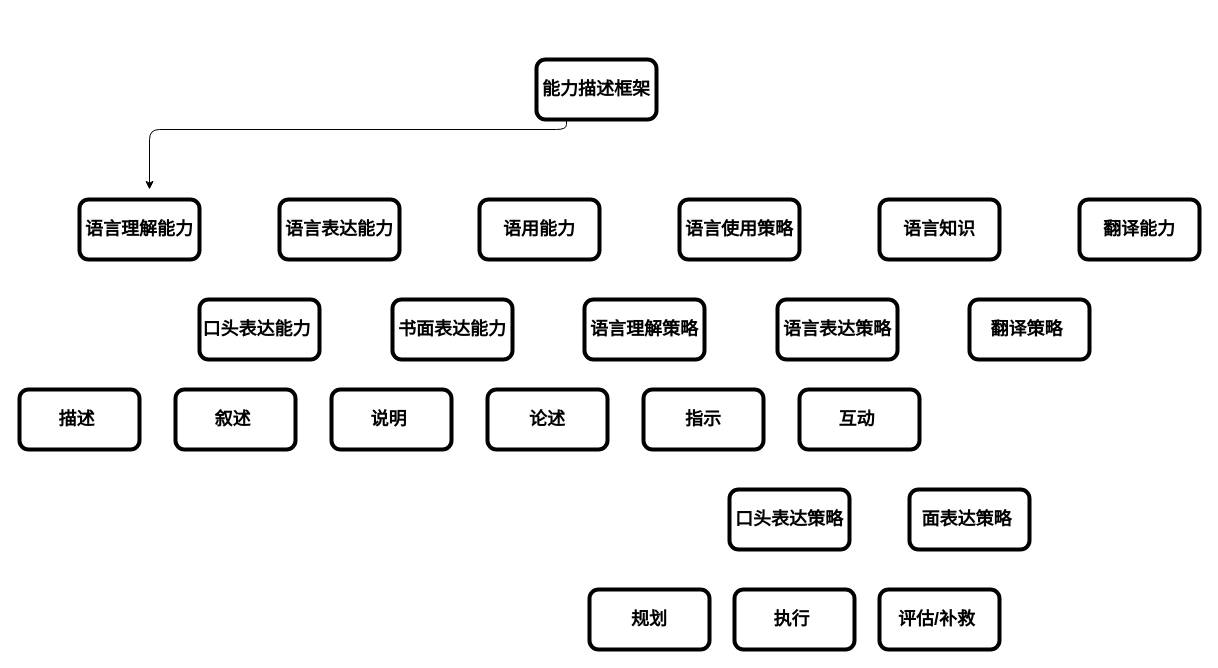
The draw.io diagram page "Page-1" (1 of 2) of Untitled Diagram.drawio in chenguo222/python-random-quote, before the edit. Source tidied: cells renumbered, new cells numbered last; positions are measured from the earlier drawing's top-left corner, leaving out a move shared by most shapes. Both pictures are drawn from the tidied source at 100%, with x=0, y=0 at pixel (19, 59).
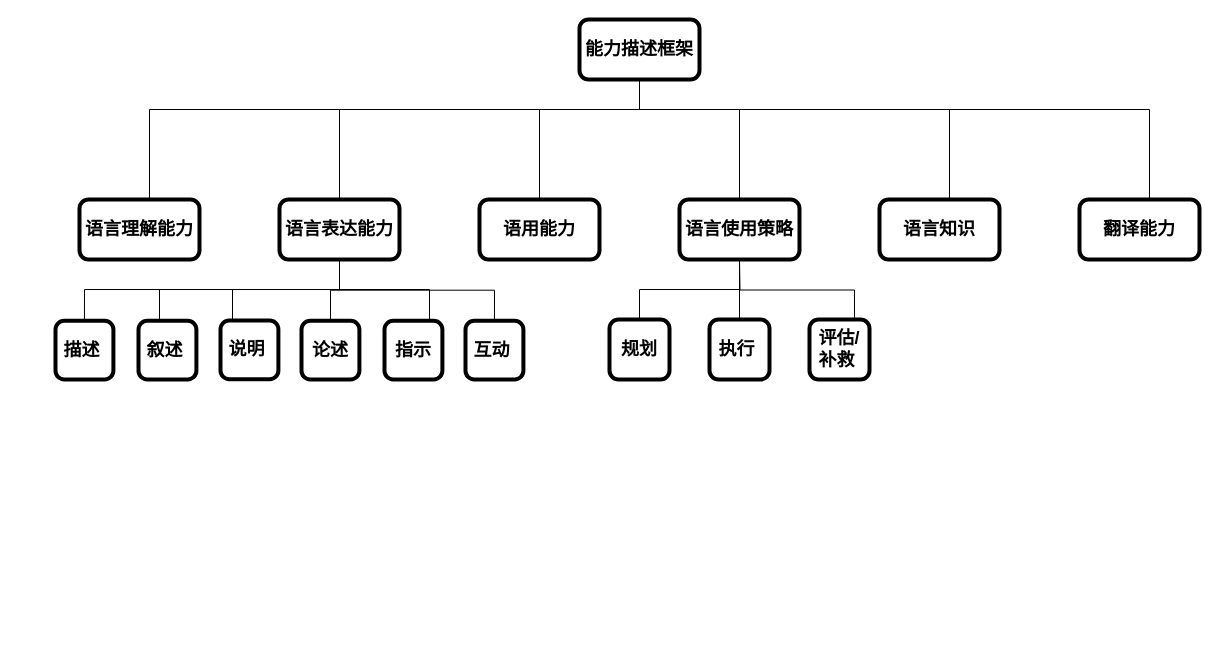
The same diagram, later.

Commit message:
语言能力框架

The change refers to these unchanged cells:
```xml
<mxCell id="4" value="&lt;font style=&quot;font-size: 18px;&quot;&gt;&lt;span style=&quot;font-size: 18px;&quot;&gt;语言表达能力&lt;/span&gt;&lt;/font&gt;" style="whiteSpace=wrap;html=1;fontSize=18;rounded=1;fontStyle=1;align=center;verticalAlign=middle;fontFamily=Helvetica;strokeWidth=4;" parent="1" vertex="1">
  <mxGeometry x="260" y="140" width="120" height="60" as="geometry" />
</mxCell>
<mxCell id="8" value="&lt;h2 style=&quot;font-size: 18px;&quot;&gt;&lt;span style=&quot;font-size: 18px;&quot;&gt;语言使用策略&lt;/span&gt;&lt;/h2&gt;" style="whiteSpace=wrap;html=1;fontSize=18;rounded=1;fontStyle=1;align=center;verticalAlign=middle;fontFamily=Helvetica;strokeWidth=4;" parent="1" vertex="1">
  <mxGeometry x="660" y="140" width="120" height="60" as="geometry" />
</mxCell>
```

Change to the diagram source:
```diff
@@
+    <mxCell id="26" style="edgeStyle=orthogonalEdgeStyle;rounded=0;jettySize=auto;html=1;fontStyle=1;fontSize=18;labelPosition=center;verticalLabelPosition=top;align=center;verticalAlign=middle;endArrow=none;endFill=0;" parent="1" edge="1" source="2">
+      <mxGeometry relative="1" as="geometry">
+        <mxPoint x="130" y="140" as="targetPoint" />
+        <Array as="points">
+          <mxPoint x="620" y="50" />
+          <mxPoint x="130" y="50" />
+        </Array>
+      </mxGeometry>
+    </mxCell>
+    <mxCell id="27" style="edgeStyle=orthogonalEdgeStyle;rounded=0;jettySize=auto;html=1;fontStyle=1;fontSize=18;labelPosition=center;verticalLabelPosition=top;align=center;verticalAlign=middle;endArrow=none;endFill=0;" parent="1" edge="1" source="2">
+      <mxGeometry relative="1" as="geometry">
+        <mxPoint x="520" y="140" as="targetPoint" />
+        <Array as="points">
+          <mxPoint x="620" y="50" />
+          <mxPoint x="520" y="50" />
+        </Array>
+      </mxGeometry>
+    </mxCell>
+    <mxCell id="28" style="edgeStyle=orthogonalEdgeStyle;rounded=0;jettySize=auto;html=1;fontStyle=1;fontSize=18;labelPosition=center;verticalLabelPosition=top;align=center;verticalAlign=middle;endArrow=none;endFill=0;" parent="1" edge="1" source="2">
+      <mxGeometry relative="1" as="geometry">
+        <mxPoint x="720" y="140" as="targetPoint" />
+        <Array as="points">
+          <mxPoint x="620" y="50" />
+          <mxPoint x="720" y="50" />
+        </Array>
+      </mxGeometry>
+    </mxCell>
+    <mxCell id="29" style="edgeStyle=orthogonalEdgeStyle;rounded=0;jettySize=auto;html=1;fontStyle=1;fontSize=18;labelPosition=center;verticalLabelPosition=top;align=center;verticalAlign=middle;endArrow=none;endFill=0;" parent="1" edge="1" source="2">
+      <mxGeometry relative="1" as="geometry">
+        <mxPoint x="320" y="140" as="targetPoint" />
+        <Array as="points">
+          <mxPoint x="620" y="50" />
+          <mxPoint x="320" y="50" />
+        </Array>
+      </mxGeometry>
+    </mxCell>
+    <mxCell id="30" style="edgeStyle=orthogonalEdgeStyle;rounded=0;jettySize=auto;html=1;fontStyle=1;fontSize=18;labelPosition=center;verticalLabelPosition=top;align=center;verticalAlign=middle;endArrow=none;endFill=0;" parent="1" edge="1" source="2">
+      <mxGeometry relative="1" as="geometry">
+        <mxPoint x="930" y="140" as="targetPoint" />
+        <Array as="points">
+          <mxPoint x="620" y="50" />
+          <mxPoint x="930" y="50" />
+        </Array>
+      </mxGeometry>
+    </mxCell>
+    <mxCell id="31" style="edgeStyle=orthogonalEdgeStyle;rounded=0;jettySize=auto;html=1;fontStyle=1;fontSize=18;labelPosition=center;verticalLabelPosition=top;align=center;verticalAlign=middle;endArrow=none;endFill=0;" parent="1" edge="1" source="2">
+      <mxGeometry relative="1" as="geometry">
+        <mxPoint x="1130" y="140" as="targetPoint" />
+        <Array as="points">
+          <mxPoint x="620" y="50" />
+          <mxPoint x="1130" y="50" />
+        </Array>
+      </mxGeometry>
+    </mxCell>
     <mxCell id="2" value="&lt;h1 style=&quot;font-size: 18px;&quot;&gt;&lt;font style=&quot;font-size: 18px;&quot;&gt;&lt;span style=&quot;font-size: 18px;&quot;&gt;能力描述框架&lt;/span&gt;&lt;/font&gt;&lt;/h1&gt;" style="whiteSpace=wrap;html=1;rounded=1;fontSize=18;fontStyle=1;align=center;verticalAlign=middle;fontFamily=Helvetica;strokeWidth=4;" parent="1" vertex="1">
-      <mxGeometry x="517" width="120" height="60" as="geometry" />
+      <mxGeometry x="560" y="-40" width="120" height="60" as="geometry" />
     </mxCell>
@@
+    <mxCell id="32" style="edgeStyle=orthogonalEdgeStyle;rounded=0;jettySize=auto;html=1;fontSize=18;endArrow=none;endFill=0;align=center;verticalAlign=middle;" parent="1" edge="1" source="4" target="15">
+      <mxGeometry relative="1" as="geometry" />
+    </mxCell>
@@
-    <mxCell id="9" value="语言理解策略" style="whiteSpace=wrap;html=1;rounded=1;fontSize=18;fontStyle=1;align=center;verticalAlign=middle;fontFamily=Helvetica;strokeWidth=4;" parent="1" vertex="1">
-      <mxGeometry x="565" y="240" width="120" height="60" as="geometry" />
-    </mxCell>
-    <mxCell id="10" value="书面表达能力" style="whiteSpace=wrap;html=1;rounded=1;fontSize=18;fontStyle=1;align=center;verticalAlign=middle;fontFamily=Helvetica;strokeWidth=4;" parent="1" vertex="1">
-      <mxGeometry x="373" y="240" width="120" height="60" as="geometry" />
-    </mxCell>
-    <mxCell id="11" value="口头表达能力&amp;nbsp;" style="whiteSpace=wrap;html=1;rounded=1;fontSize=18;fontStyle=1;align=center;verticalAlign=middle;fontFamily=Helvetica;strokeWidth=4;" parent="1" vertex="1">
-      <mxGeometry x="180" y="240" width="120" height="60" as="geometry" />
-    </mxCell>
+    <mxCell id="33" style="edgeStyle=orthogonalEdgeStyle;rounded=0;jettySize=auto;html=1;fontSize=18;endArrow=none;endFill=0;align=center;verticalAlign=middle;entryX=0.55;entryY=0.486;entryDx=0;entryDy=0;entryPerimeter=0;exitX=0.5;exitY=0;exitDx=0;exitDy=0;" parent="1" edge="1" source="14">
+      <mxGeometry relative="1" as="geometry">
+        <mxPoint x="320" y="200" as="targetPoint" />
+        <Array as="points">
+          <mxPoint x="213" y="230" />
+          <mxPoint x="320" y="230" />
+        </Array>
+      </mxGeometry>
+    </mxCell>
+    <mxCell id="34" style="edgeStyle=orthogonalEdgeStyle;rounded=0;jettySize=auto;html=1;fontSize=18;endArrow=none;endFill=0;align=right;verticalAlign=top;exitX=0.75;exitY=0;exitDx=0;exitDy=0;" parent="1" edge="1" source="22">
+      <mxGeometry relative="1" as="geometry">
+        <mxPoint x="720" y="200" as="targetPoint" />
+      </mxGeometry>
+    </mxCell>
+    <mxCell id="22" value="评估/补救&amp;nbsp;" style="whiteSpace=wrap;html=1;rounded=1;fontSize=18;fontStyle=1;align=center;verticalAlign=middle;fontFamily=Helvetica;strokeWidth=4;" parent="1" vertex="1">
+      <mxGeometry x="790" y="260" width="60" height="60" as="geometry" />
+    </mxCell>
+    <mxCell id="35" style="edgeStyle=orthogonalEdgeStyle;rounded=0;jettySize=auto;html=1;fontSize=18;endArrow=none;endFill=0;align=right;verticalAlign=top;" parent="1" edge="1" source="23" target="8">
+      <mxGeometry relative="1" as="geometry" />
+    </mxCell>
+    <mxCell id="36" style="edgeStyle=orthogonalEdgeStyle;rounded=0;jettySize=auto;html=1;fontSize=18;endArrow=none;endFill=0;align=right;verticalAlign=top;" parent="1" edge="1" source="23">
+      <mxGeometry relative="1" as="geometry">
+        <mxPoint x="720" y="200" as="targetPoint" />
+      </mxGeometry>
+    </mxCell>
+    <mxCell id="23" value="执行&amp;nbsp;" style="whiteSpace=wrap;html=1;rounded=1;fontSize=18;fontStyle=1;align=center;verticalAlign=middle;fontFamily=Helvetica;strokeWidth=4;" parent="1" vertex="1">
+      <mxGeometry x="690" y="260" width="60" height="60" as="geometry" />
+    </mxCell>
+    <mxCell id="37" style="edgeStyle=orthogonalEdgeStyle;rounded=0;jettySize=auto;html=1;fontSize=18;endArrow=none;endFill=0;align=right;verticalAlign=top;exitX=0.5;exitY=0;exitDx=0;exitDy=0;" parent="1" edge="1" source="24">
+      <mxGeometry relative="1" as="geometry">
+        <mxPoint x="720" y="210" as="targetPoint" />
+        <Array as="points">
+          <mxPoint x="620" y="230" />
+          <mxPoint x="720" y="230" />
+        </Array>
+      </mxGeometry>
+    </mxCell>
+    <mxCell id="24" value="规划" style="whiteSpace=wrap;html=1;rounded=1;fontSize=18;fontStyle=1;align=center;verticalAlign=middle;fontFamily=Helvetica;strokeWidth=4;" parent="1" vertex="1">
+      <mxGeometry x="590" y="260" width="60" height="60" as="geometry" />
+    </mxCell>
+    <mxCell id="38" style="group;horizontal=0;verticalAlign=bottom;" parent="1" vertex="1">
+      <mxGeometry x="88" y="232" width="448" height="88" as="geometry" />
+    </mxCell>
-    <mxCell id="12" value="叙述&amp;nbsp;" style="whiteSpace=wrap;html=1;rounded=1;fontSize=18;fontStyle=1;align=center;verticalAlign=middle;fontFamily=Helvetica;strokeWidth=4;" parent="1" vertex="1">
-      <mxGeometry x="156" y="330" width="120" height="60" as="geometry" />
+    <mxCell id="12" value="叙述&amp;nbsp;" style="whiteSpace=wrap;html=1;rounded=1;fontSize=18;fontStyle=1;align=center;verticalAlign=middle;fontFamily=Helvetica;strokeWidth=4;" parent="38" vertex="1">
+      <mxGeometry x="31" y="29.3" width="57.9" height="58.7" as="geometry" />
     </mxCell>
-    <mxCell id="13" value="描述&amp;nbsp;" style="whiteSpace=wrap;html=1;rounded=1;fontSize=18;fontStyle=1;align=center;verticalAlign=middle;fontFamily=Helvetica;strokeWidth=4;" parent="1" vertex="1">
-      <mxGeometry y="330" width="120" height="60" as="geometry" />
+    <mxCell id="13" value="描述&amp;nbsp;" style="whiteSpace=wrap;html=1;rounded=1;fontSize=18;fontStyle=1;align=center;verticalAlign=middle;fontFamily=Helvetica;strokeWidth=4;" parent="38" vertex="1">
+      <mxGeometry x="-52" y="29.3" width="57.9" height="58.7" as="geometry" />
     </mxCell>
-    <mxCell id="14" value="说明&amp;nbsp;" style="whiteSpace=wrap;html=1;rounded=1;fontSize=18;fontStyle=1;align=center;verticalAlign=middle;fontFamily=Helvetica;strokeWidth=4;" parent="1" vertex="1">
-      <mxGeometry x="312" y="330" width="120" height="60" as="geometry" />
-    </mxCell>
-    <mxCell id="15" value="论述" style="whiteSpace=wrap;html=1;rounded=1;fontSize=18;fontStyle=1;align=center;verticalAlign=middle;fontFamily=Helvetica;strokeWidth=4;" parent="1" vertex="1">
-      <mxGeometry x="468" y="330" width="120" height="60" as="geometry" />
-    </mxCell>
-    <mxCell id="16" value="互动&amp;nbsp;" style="whiteSpace=wrap;html=1;rounded=1;fontSize=18;fontStyle=1;align=center;verticalAlign=middle;fontFamily=Helvetica;strokeWidth=4;" parent="1" vertex="1">
-      <mxGeometry x="780" y="330" width="120" height="60" as="geometry" />
+    <mxCell id="16" value="互动&amp;nbsp;" style="whiteSpace=wrap;html=1;rounded=1;fontSize=18;fontStyle=1;align=center;verticalAlign=middle;fontFamily=Helvetica;strokeWidth=4;" parent="38" vertex="1">
+      <mxGeometry x="358" y="29.3" width="57.9" height="58.7" as="geometry" />
     </mxCell>
-    <mxCell id="17" value="指示" style="whiteSpace=wrap;html=1;rounded=1;fontSize=18;fontStyle=1;align=center;verticalAlign=middle;fontFamily=Helvetica;strokeWidth=4;" parent="1" vertex="1">
-      <mxGeometry x="624" y="330" width="120" height="60" as="geometry" />
+    <mxCell id="17" value="指示" style="whiteSpace=wrap;html=1;rounded=1;fontSize=18;fontStyle=1;align=center;verticalAlign=middle;fontFamily=Helvetica;strokeWidth=4;" parent="38" vertex="1">
+      <mxGeometry x="277" y="29.3" width="57.9" height="58.7" as="geometry" />
     </mxCell>
-    <mxCell id="18" value="翻译策略&amp;nbsp;" style="whiteSpace=wrap;html=1;rounded=1;fontSize=18;fontStyle=1;align=center;verticalAlign=middle;fontFamily=Helvetica;strokeWidth=4;" parent="1" vertex="1">
-      <mxGeometry x="950" y="240" width="120" height="60" as="geometry" />
-    </mxCell>
-    <mxCell id="19" value="语言表达策略" style="whiteSpace=wrap;html=1;rounded=1;fontSize=18;fontStyle=1;align=center;verticalAlign=middle;fontFamily=Helvetica;strokeWidth=4;" parent="1" vertex="1">
-      <mxGeometry x="758" y="240" width="120" height="60" as="geometry" />
-    </mxCell>
-    <mxCell id="20" value="口头表达策略" style="whiteSpace=wrap;html=1;rounded=1;fontSize=18;fontStyle=1;align=center;verticalAlign=middle;fontFamily=Helvetica;strokeWidth=4;" parent="1" vertex="1">
-      <mxGeometry x="710" y="430" width="120" height="60" as="geometry" />
-    </mxCell>
-    <mxCell id="21" value="面表达策略&amp;nbsp;" style="whiteSpace=wrap;html=1;rounded=1;fontSize=18;fontStyle=1;align=center;verticalAlign=middle;fontFamily=Helvetica;strokeWidth=4;" parent="1" vertex="1">
-      <mxGeometry x="890" y="430" width="120" height="60" as="geometry" />
-    </mxCell>
-    <mxCell id="22" value="评估/补救&amp;nbsp;" style="whiteSpace=wrap;html=1;rounded=1;fontSize=18;fontStyle=1;align=center;verticalAlign=middle;fontFamily=Helvetica;strokeWidth=4;" parent="1" vertex="1">
-      <mxGeometry x="860" y="530" width="120" height="60" as="geometry" />
-    </mxCell>
-    <mxCell id="23" value="执行&amp;nbsp;" style="whiteSpace=wrap;html=1;rounded=1;fontSize=18;fontStyle=1;align=center;verticalAlign=middle;fontFamily=Helvetica;strokeWidth=4;" parent="1" vertex="1">
-      <mxGeometry x="715" y="530" width="120" height="60" as="geometry" />
-    </mxCell>
-    <mxCell id="24" value="规划" style="whiteSpace=wrap;html=1;rounded=1;fontSize=18;fontStyle=1;align=center;verticalAlign=middle;fontFamily=Helvetica;strokeWidth=4;" parent="1" vertex="1">
-      <mxGeometry x="570" y="530" width="120" height="60" as="geometry" />
-    </mxCell>
-    <mxCell id="25" style="edgeStyle=elbowEdgeStyle;elbow=vertical;endArrow=classic;html=1;fontFamily=Helvetica;fontSize=18;exitX=0.25;exitY=1;exitDx=0;exitDy=0;" parent="1" edge="1" source="2">
-      <mxGeometry relative="1" as="geometry">
-        <mxPoint x="130" y="130" as="targetPoint" />
-        <Array as="points">
-          <mxPoint x="470" y="70" />
-        </Array>
-      </mxGeometry>
-    </mxCell>
+    <mxCell id="15" value="论述" style="whiteSpace=wrap;html=1;rounded=1;fontSize=18;fontStyle=1;align=center;verticalAlign=middle;fontFamily=Helvetica;strokeWidth=4;" parent="38" vertex="1">
+      <mxGeometry x="194" y="29.3" width="57.9" height="58.7" as="geometry" />
+    </mxCell>
+    <mxCell id="14" value="说明&amp;nbsp;" style="whiteSpace=wrap;html=1;rounded=1;fontSize=18;fontStyle=1;align=center;verticalAlign=middle;fontFamily=Helvetica;strokeWidth=4;" parent="38" vertex="1">
+      <mxGeometry x="113" y="29" width="57.9" height="58.7" as="geometry" />
+    </mxCell>
+    <mxCell id="39" style="edgeStyle=orthogonalEdgeStyle;rounded=0;jettySize=auto;html=1;fontSize=18;endArrow=none;endFill=0;align=right;verticalAlign=top;entryX=0.5;entryY=0;entryDx=0;entryDy=0;exitX=0.636;exitY=1.029;exitDx=0;exitDy=0;exitPerimeter=0;horizontal=1;" parent="1" edge="1" target="12">
+      <mxGeometry relative="1" as="geometry">
+        <mxPoint x="320" y="200" as="sourcePoint" />
+        <Array as="points">
+          <mxPoint x="320" y="230" />
+          <mxPoint x="140" y="230" />
+        </Array>
+      </mxGeometry>
+    </mxCell>
+    <mxCell id="40" style="edgeStyle=orthogonalEdgeStyle;rounded=0;jettySize=auto;html=1;fontSize=18;endArrow=none;endFill=0;align=right;verticalAlign=top;exitX=0.5;exitY=0;exitDx=0;exitDy=0;horizontal=1;" parent="1" edge="1" source="13">
+      <mxGeometry relative="1" as="geometry">
+        <mxPoint x="320" y="200" as="targetPoint" />
+        <Array as="points">
+          <mxPoint x="65" y="230" />
+          <mxPoint x="320" y="230" />
+        </Array>
+      </mxGeometry>
+    </mxCell>
+    <mxCell id="41" style="edgeStyle=orthogonalEdgeStyle;rounded=0;jettySize=auto;html=1;fontSize=18;endArrow=none;endFill=0;align=right;verticalAlign=top;entryX=0.5;entryY=1;entryDx=0;entryDy=0;exitX=0.5;exitY=0;exitDx=0;exitDy=0;horizontal=1;" parent="1" edge="1" source="16" target="4">
+      <mxGeometry relative="1" as="geometry" />
+    </mxCell>
+    <mxCell id="42" style="edgeStyle=orthogonalEdgeStyle;rounded=0;jettySize=auto;html=1;fontSize=18;endArrow=none;endFill=0;align=right;verticalAlign=top;entryX=0.664;entryY=0.543;entryDx=0;entryDy=0;entryPerimeter=0;exitX=0.5;exitY=0;exitDx=0;exitDy=0;horizontal=1;" parent="1" edge="1" source="17">
+      <mxGeometry relative="1" as="geometry">
+        <mxPoint x="320" y="200" as="targetPoint" />
+        <Array as="points">
+          <mxPoint x="410" y="230" />
+          <mxPoint x="320" y="230" />
+        </Array>
+      </mxGeometry>
+    </mxCell>
```
